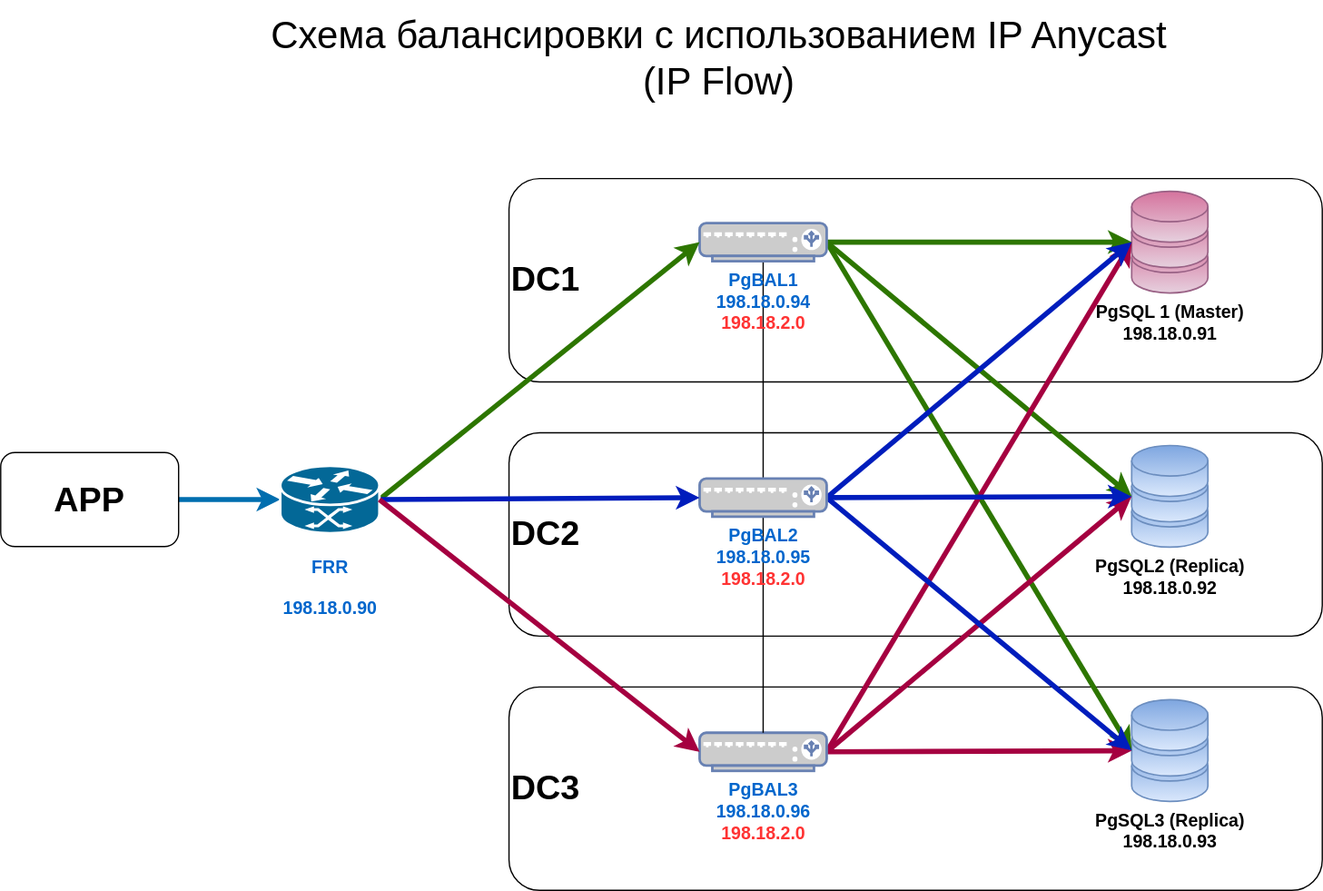
This is support/drawio/ntwrk_04.drawio.svg from IgorAlov/pg_pool2_ng, a draw.io export, as it was before one commit. Source tidied: cells renumbered, new cells last; positions are measured from the earlier drawing's top-left corner, leaving out a move shared by most shapes.
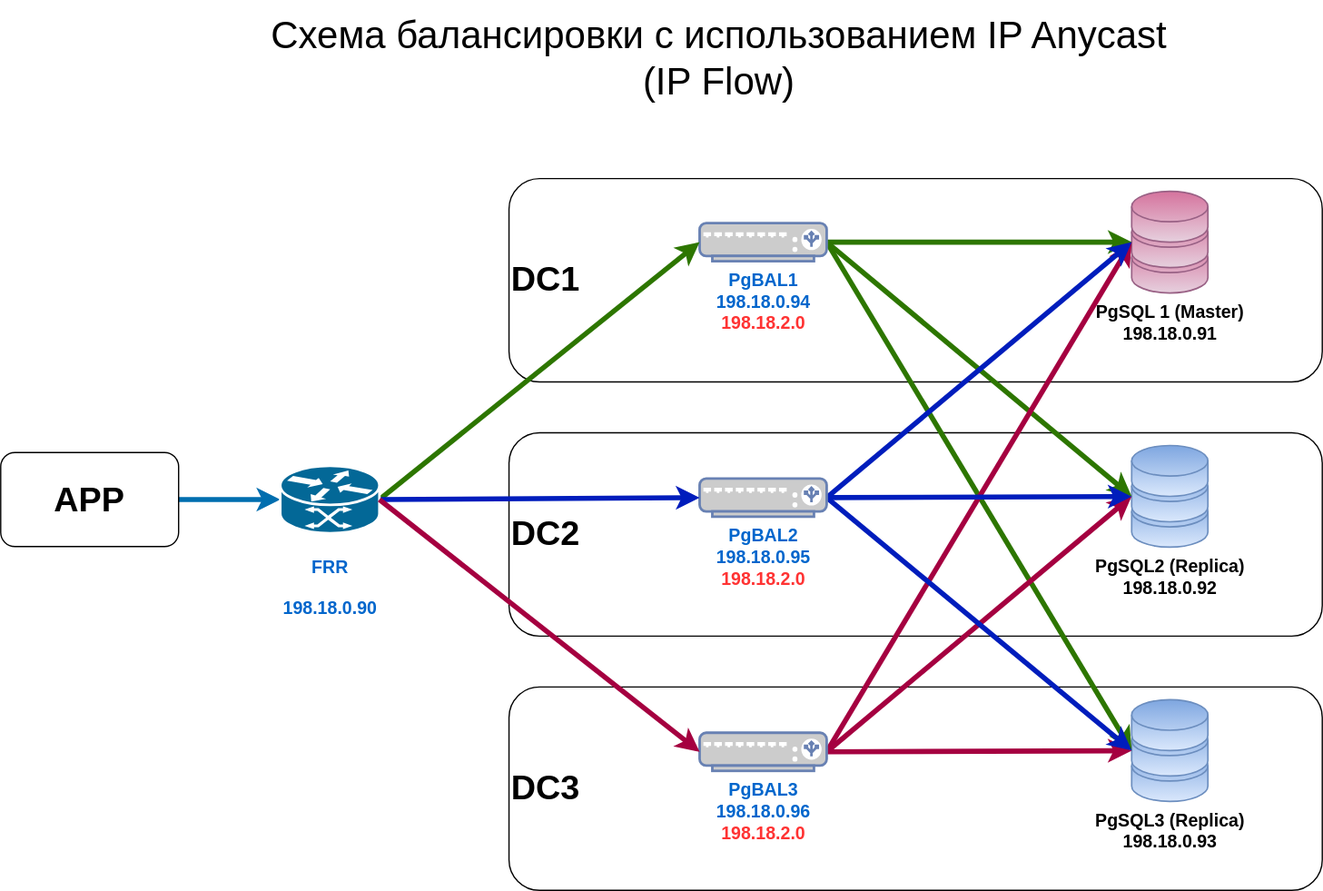
Later version of the same file.

Change to the diagram source:
```diff
@@ -29,9 +29,6 @@
     <mxCell id="10" style="edgeStyle=none;html=1;exitX=1;exitY=0.5;exitDx=0;exitDy=0;exitPerimeter=0;entryX=0;entryY=0.5;entryDx=0;entryDy=0;entryPerimeter=0;fontSize=14;fillColor=#60a917;strokeColor=#2D7600;strokeWidth=4;flowAnimation=1;" parent="1" edge="1" source="12" target="6">
       <mxGeometry relative="1" as="geometry" />
     </mxCell>
-    <mxCell id="11" style="edgeStyle=none;html=1;exitX=0.5;exitY=1;exitDx=0;exitDy=0;exitPerimeter=0;fontSize=14;endArrow=none;endFill=0;flowAnimation=0;" parent="1" edge="1" source="12" target="21">
-      <mxGeometry relative="1" as="geometry" />
-    </mxCell>
     <mxCell id="12" value="PgBAL1&lt;br&gt;198.18.0.94&lt;br&gt;&lt;font color=&quot;#ff3333&quot;&gt;198.18.2.0&lt;/font&gt;" style="fontColor=#0066CC;verticalAlign=top;verticalLabelPosition=bottom;labelPosition=center;align=center;html=1;outlineConnect=0;fillColor=#CCCCCC;strokeColor=#6881B3;gradientColor=none;gradientDirection=north;strokeWidth=2;shape=mxgraph.networks.load_balancer;fontSize=14;fontStyle=1;" parent="1" vertex="1">
       <mxGeometry x="550" y="175" width="100" height="30" as="geometry" />
     </mxCell>
@@ -56,9 +53,6 @@
     <mxCell id="19" style="edgeStyle=none;html=1;exitX=1;exitY=0.5;exitDx=0;exitDy=0;exitPerimeter=0;entryX=0;entryY=0.5;entryDx=0;entryDy=0;entryPerimeter=0;fontSize=14;fillColor=#0050ef;strokeColor=#001DBC;strokeWidth=4;flowAnimation=1;" parent="1" edge="1" source="21" target="5">
       <mxGeometry relative="1" as="geometry" />
     </mxCell>
-    <mxCell id="20" style="edgeStyle=none;html=1;exitX=0.5;exitY=1;exitDx=0;exitDy=0;exitPerimeter=0;entryX=0.5;entryY=0;entryDx=0;entryDy=0;entryPerimeter=0;fontSize=14;endArrow=none;endFill=0;flowAnimation=0;" parent="1" edge="1" source="21" target="16">
-      <mxGeometry relative="1" as="geometry" />
-    </mxCell>
     <mxCell id="21" value="PgBAL2&lt;br&gt;198.18.0.95&lt;br&gt;&lt;span style=&quot;color: rgb(255, 51, 51);&quot;&gt;198.18.2.0&lt;/span&gt;" style="fontColor=#0066CC;verticalAlign=top;verticalLabelPosition=bottom;labelPosition=center;align=center;html=1;outlineConnect=0;fillColor=#CCCCCC;strokeColor=#6881B3;gradientColor=none;gradientDirection=north;strokeWidth=2;shape=mxgraph.networks.load_balancer;fontSize=14;fontStyle=1;" parent="1" vertex="1">
       <mxGeometry x="550" y="376" width="100" height="30" as="geometry" />
     </mxCell>
```
